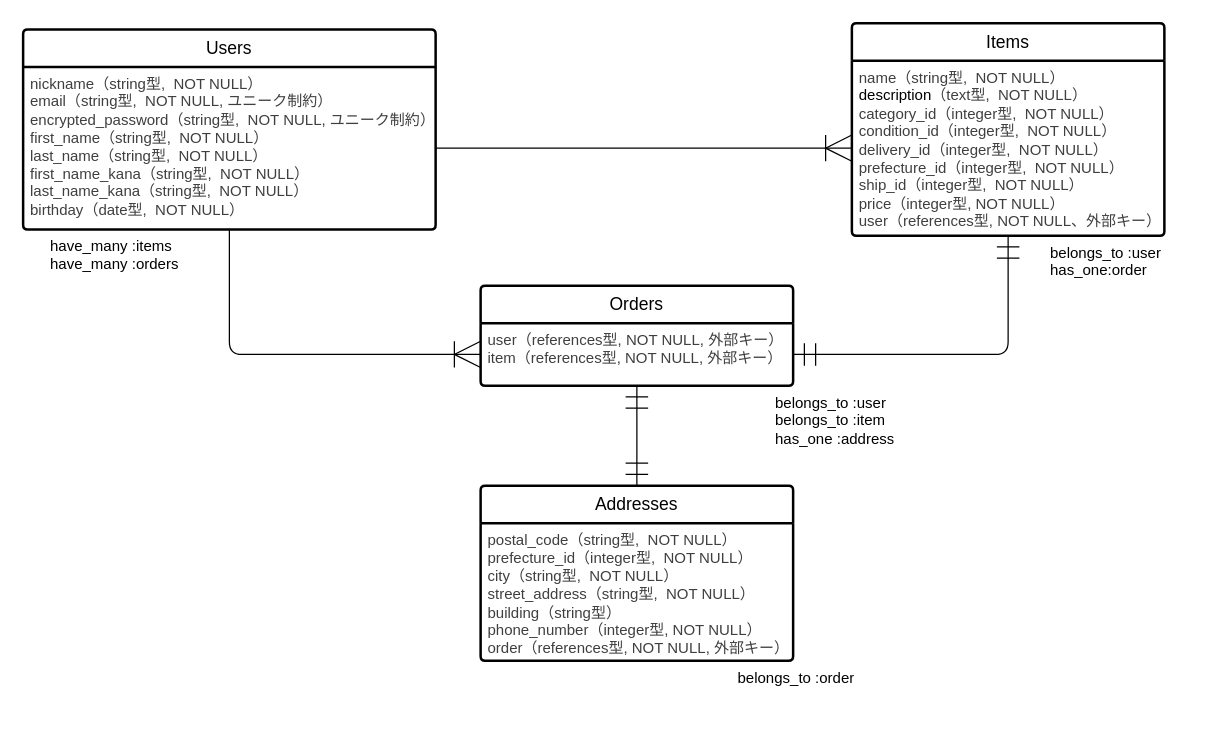
This is ER.dio from tarbow-M/furima-46539, a draw.io file, before an edit. Source tidied: cells renumbered, new cells numbered last; positions are measured from the earlier drawing's top-left corner, leaving out a move shared by most shapes. Both pictures are drawn from the tidied source at 125%, with x=0, y=0 at pixel (22, 22).
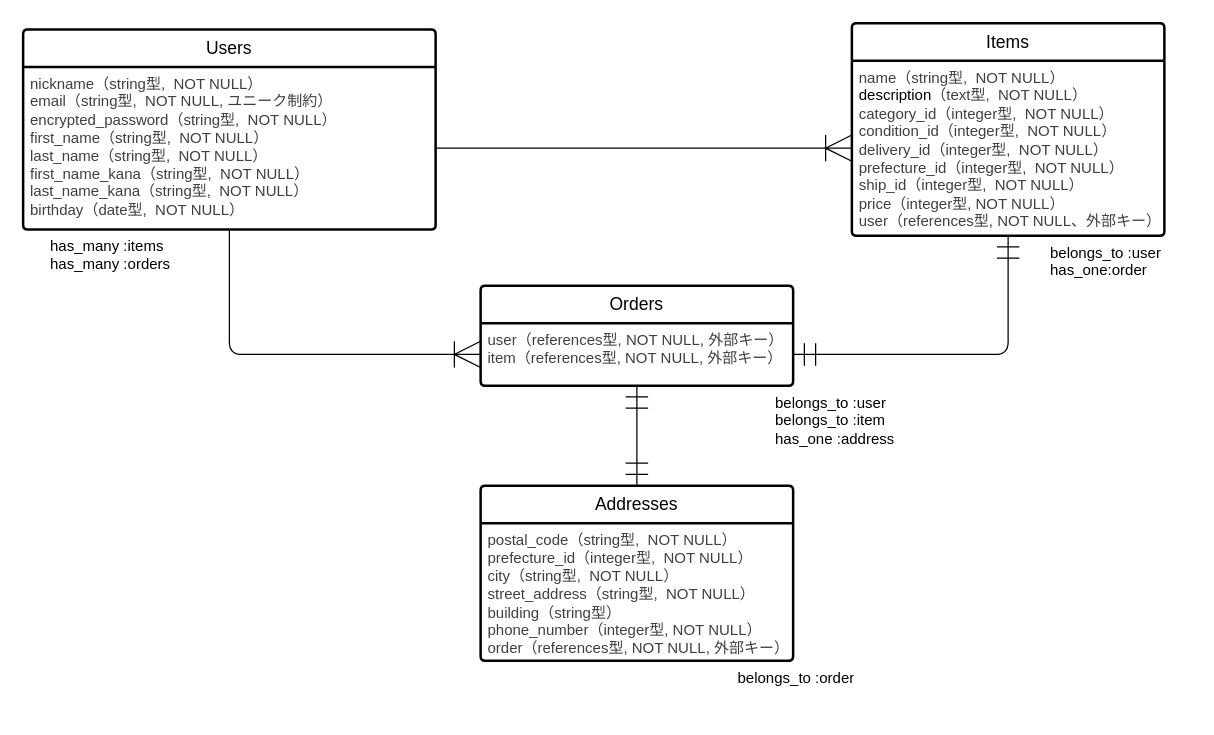
After the change.

Commit message (it also covers changes not shown here):
データベース設計_修正4

What
・ER図の修正
・アソシエーション記述修正
・phone_numberカラム型修正

Why
・ER図とREADME更新のため
・0から始まる整数に対する型の設定誤りのため
・アソシエーションの記述ミスのため

【ER図URL】
https://gyazo.com/c42e513c36775984f6f397e2ef808a60

Unchanged cells that the change refers to:
```xml
<mxCell id="2" value="Users" style="swimlane;horizontal=1;startSize=30;rounded=1;fontSize=14;fontStyle=0;strokeWidth=2;shadow=0;dashed=0;align=center;arcSize=4;whiteSpace=wrap;html=1;" parent="1" vertex="1">
  <mxGeometry y="5" width="330" height="160" as="geometry" />
</mxCell>
```

What changed in the source:
```diff
@@
-    <mxCell id="3" value="&lt;div style=&quot;text-align: justify;&quot;&gt;&lt;span style=&quot;background-color: transparent; color: rgb(63, 63, 63);&quot;&gt;nickname&lt;/span&gt;&lt;span style=&quot;background-color: transparent; scrollbar-color: rgb(226, 226, 226) rgb(251, 251, 251); color: rgb(63, 63, 63);&quot;&gt;（&lt;/span&gt;&lt;span style=&quot;background-color: transparent; text-align: left; scrollbar-color: rgb(226, 226, 226) rgb(251, 251, 251); color: rgb(63, 63, 63);&quot;&gt;string型,&amp;nbsp; NOT NULL&lt;/span&gt;&lt;span style=&quot;background-color: transparent; scrollbar-color: rgb(226, 226, 226) rgb(251, 251, 251); color: rgb(63, 63, 63);&quot;&gt;）&lt;/span&gt;&lt;/div&gt;&lt;span style=&quot;color: rgb(63, 63, 63); background-color: transparent;&quot;&gt;&lt;div style=&quot;text-align: justify;&quot;&gt;&lt;span style=&quot;background-color: transparent; color: rgb(63, 63, 63);&quot;&gt;email&lt;/span&gt;&lt;span style=&quot;background-color: transparent; scrollbar-color: rgb(226, 226, 226) rgb(251, 251, 251); color: rgb(63, 63, 63);&quot;&gt;（&lt;/span&gt;&lt;span style=&quot;background-color: transparent; text-align: left; scrollbar-color: rgb(226, 226, 226) rgb(251, 251, 251); color: rgb(63, 63, 63);&quot;&gt;string型,&amp;nbsp; NOT NULL, ユニーク制約&lt;/span&gt;&lt;span style=&quot;background-color: transparent; scrollbar-color: rgb(226, 226, 226) rgb(251, 251, 251); color: rgb(63, 63, 63);&quot;&gt;）&lt;/span&gt;&lt;/div&gt;&lt;/span&gt;&lt;span style=&quot;color: rgb(63, 63, 63); background-color: transparent;&quot;&gt;&lt;div style=&quot;text-align: justify;&quot;&gt;&lt;span style=&quot;background-color: transparent; color: rgb(63, 63, 63);&quot;&gt;encrypted_password&lt;/span&gt;&lt;span style=&quot;background-color: transparent; scrollbar-color: rgb(226, 226, 226) rgb(251, 251, 251); color: rgb(63, 63, 63);&quot;&gt;（&lt;/span&gt;&lt;span style=&quot;background-color: transparent; text-align: left; scrollbar-color: rgb(226, 226, 226) rgb(251, 251, 251); color: rgb(63, 63, 63);&quot;&gt;string型,&amp;nbsp; NOT NULL, ユニーク制約&lt;/span&gt;&lt;span style=&quot;background-color: transparent; scrollbar-color: rgb(226, 226, 226) rgb(251, 251, 251); color: rgb(63, 63, 63);&quot;&gt;）&lt;/span&gt;&lt;/div&gt;&lt;/span&gt;&lt;span style=&quot;color: rgb(63, 63, 63); background-color: transparent;&quot;&gt;&lt;div style=&quot;text-align: justify;&quot;&gt;&lt;span style=&quot;background-color: transparent; color: rgb(63, 63, 63);&quot;&gt;first_name&lt;/span&gt;&lt;span style=&quot;background-color: transparent; scrollbar-color: rgb(226, 226, 226) rgb(251, 251, 251); color: rgb(63, 63, 63);&quot;&gt;（&lt;/span&gt;&lt;span style=&quot;background-color: transparent; text-align: left; scrollbar-color: rgb(226, 226, 226) rgb(251, 251, 251); color: rgb(63, 63, 63);&quot;&gt;string型,&amp;nbsp; NOT NULL&lt;/span&gt;&lt;span style=&quot;background-color: transparent; scrollbar-color: rgb(226, 226, 226) rgb(251, 251, 251); color: rgb(63, 63, 63);&quot;&gt;）&lt;/span&gt;&lt;/div&gt;&lt;/span&gt;&lt;span style=&quot;color: rgb(63, 63, 63); background-color: transparent;&quot;&gt;&lt;div style=&quot;text-align: justify;&quot;&gt;&lt;span style=&quot;background-color: transparent; color: rgb(63, 63, 63);&quot;&gt;last_name&lt;/span&gt;&lt;span style=&quot;background-color: transparent; scrollbar-color: rgb(226, 226, 226) rgb(251, 251, 251); color: rgb(63, 63, 63);&quot;&gt;（&lt;/span&gt;&lt;span style=&quot;background-color: transparent; text-align: left; scrollbar-color: rgb(226, 226, 226) rgb(251, 251, 251); color: rgb(63, 63, 63);&quot;&gt;string型,&amp;nbsp; NOT NULL&lt;/span&gt;&lt;span style=&quot;background-color: transparent; scrollbar-color: rgb(226, 226, 226) rgb(251, 251, 251); color: rgb(63, 63, 63);&quot;&gt;）&lt;/span&gt;&lt;/div&gt;&lt;/span&gt;&lt;span style=&quot;color: rgb(63, 63, 63); background-color: transparent;&quot;&gt;&lt;div style=&quot;text-align: justify;&quot;&gt;&lt;span style=&quot;background-color: transparent; color: rgb(63, 63, 63);&quot;&gt;first_name_kana&lt;/span&gt;&lt;span style=&quot;background-color: transparent; scrollbar-color: rgb(226, 226, 226) rgb(251, 251, 251); color: rgb(63, 63, 63);&quot;&gt;（&lt;/span&gt;&lt;span style=&quot;background-color: transparent; text-align: left; scrollbar-color: rgb(226, 226, 226) rgb(251, 251, 251); color: rgb(63, 63, 63);&quot;&gt;string型,&amp;nbsp; NOT NULL&lt;/span&gt;&lt;span style=&quot;background-color: transparent;&quot;&gt;）&lt;/span&gt;&lt;/div&gt;&lt;/span&gt;&lt;div style=&quot;background-color: transparent; color: light-dark(rgb(63, 63, 63), rgb(183, 183, 183)); text-align: justify;&quot;&gt;&lt;span style=&quot;background-color: transparent; color: rgb(63, 63, 63);&quot;&gt;last_name_kana&lt;/span&gt;&lt;span style=&quot;background-color: transparent; scrollbar-color: rgb(226, 226, 226) rgb(251, 251, 251); color: rgb(63, 63, 63);&quot;&gt;（&lt;/span&gt;&lt;span style=&quot;background-color: transparent; text-align: left; scrollbar-color: rgb(226, 226, 226) rgb(251, 251, 251); color: rgb(63, 63, 63);&quot;&gt;string型,&amp;nbsp; NOT NULL&lt;/span&gt;&lt;span style=&quot;background-color: transparent; scrollbar-color: rgb(226, 226, 226) rgb(251, 251, 251); color: rgb(63, 63, 63);&quot;&gt;）&lt;/span&gt;&lt;/div&gt;&lt;div style=&quot;background-color: transparent; color: light-dark(rgb(63, 63, 63), rgb(183, 183, 183)); text-align: justify;&quot;&gt;&lt;span style=&quot;background-color: transparent; scrollbar-color: rgb(226, 226, 226) rgb(251, 251, 251); color: rgb(63, 63, 63);&quot;&gt;birthday&lt;/span&gt;&lt;span style=&quot;background-color: transparent; scrollbar-color: rgb(226, 226, 226) rgb(251, 251, 251); color: rgb(63, 63, 63);&quot;&gt;（date&lt;/span&gt;&lt;span style=&quot;background-color: transparent; text-align: left; scrollbar-color: rgb(226, 226, 226) rgb(251, 251, 251); color: rgb(63, 63, 63);&quot;&gt;型,&amp;nbsp; NOT NULL&lt;/span&gt;&lt;span style=&quot;background-color: transparent; scrollbar-color: rgb(226, 226, 226) rgb(251, 251, 251); color: rgb(63, 63, 63);&quot;&gt;）&lt;/span&gt;&lt;/div&gt;" style="align=left;strokeColor=none;fillColor=none;spacingLeft=4;fontSize=12;verticalAlign=top;html=1;" parent="2" vertex="1">
+    <mxCell id="3" value="&lt;div style=&quot;text-align: justify;&quot;&gt;&lt;span style=&quot;background-color: transparent; color: rgb(63, 63, 63);&quot;&gt;nickname&lt;/span&gt;&lt;span style=&quot;background-color: transparent; scrollbar-color: rgb(226, 226, 226) rgb(251, 251, 251); color: rgb(63, 63, 63);&quot;&gt;（&lt;/span&gt;&lt;span style=&quot;background-color: transparent; text-align: left; scrollbar-color: rgb(226, 226, 226) rgb(251, 251, 251); color: rgb(63, 63, 63);&quot;&gt;string型,&amp;nbsp; NOT NULL&lt;/span&gt;&lt;span style=&quot;background-color: transparent; scrollbar-color: rgb(226, 226, 226) rgb(251, 251, 251); color: rgb(63, 63, 63);&quot;&gt;）&lt;/span&gt;&lt;/div&gt;&lt;span style=&quot;color: rgb(63, 63, 63); background-color: transparent;&quot;&gt;&lt;div style=&quot;text-align: justify;&quot;&gt;&lt;span style=&quot;background-color: transparent; color: rgb(63, 63, 63);&quot;&gt;email&lt;/span&gt;&lt;span style=&quot;background-color: transparent; scrollbar-color: rgb(226, 226, 226) rgb(251, 251, 251); color: rgb(63, 63, 63);&quot;&gt;（&lt;/span&gt;&lt;span style=&quot;background-color: transparent; text-align: left; scrollbar-color: rgb(226, 226, 226) rgb(251, 251, 251); color: rgb(63, 63, 63);&quot;&gt;string型,&amp;nbsp; NOT NULL, ユニーク制約&lt;/span&gt;&lt;span style=&quot;background-color: transparent; scrollbar-color: rgb(226, 226, 226) rgb(251, 251, 251); color: rgb(63, 63, 63);&quot;&gt;）&lt;/span&gt;&lt;/div&gt;&lt;/span&gt;&lt;span style=&quot;color: rgb(63, 63, 63); background-color: transparent;&quot;&gt;&lt;div style=&quot;text-align: justify;&quot;&gt;&lt;span style=&quot;background-color: transparent; color: rgb(63, 63, 63);&quot;&gt;encrypted_password&lt;/span&gt;&lt;span style=&quot;background-color: transparent; scrollbar-color: rgb(226, 226, 226) rgb(251, 251, 251); color: rgb(63, 63, 63);&quot;&gt;（&lt;/span&gt;&lt;span style=&quot;background-color: transparent; text-align: left; scrollbar-color: rgb(226, 226, 226) rgb(251, 251, 251); color: rgb(63, 63, 63);&quot;&gt;string型,&amp;nbsp; NOT NULL&lt;/span&gt;&lt;span style=&quot;background-color: transparent; scrollbar-color: rgb(226, 226, 226) rgb(251, 251, 251); color: rgb(63, 63, 63);&quot;&gt;）&lt;/span&gt;&lt;/div&gt;&lt;/span&gt;&lt;span style=&quot;color: rgb(63, 63, 63); background-color: transparent;&quot;&gt;&lt;div style=&quot;text-align: justify;&quot;&gt;&lt;span style=&quot;background-color: transparent; color: rgb(63, 63, 63);&quot;&gt;first_name&lt;/span&gt;&lt;span style=&quot;background-color: transparent; scrollbar-color: rgb(226, 226, 226) rgb(251, 251, 251); color: rgb(63, 63, 63);&quot;&gt;（&lt;/span&gt;&lt;span style=&quot;background-color: transparent; text-align: left; scrollbar-color: rgb(226, 226, 226) rgb(251, 251, 251); color: rgb(63, 63, 63);&quot;&gt;string型,&amp;nbsp; NOT NULL&lt;/span&gt;&lt;span style=&quot;background-color: transparent; scrollbar-color: rgb(226, 226, 226) rgb(251, 251, 251); color: rgb(63, 63, 63);&quot;&gt;）&lt;/span&gt;&lt;/div&gt;&lt;/span&gt;&lt;span style=&quot;color: rgb(63, 63, 63); background-color: transparent;&quot;&gt;&lt;div style=&quot;text-align: justify;&quot;&gt;&lt;span style=&quot;background-color: transparent; color: rgb(63, 63, 63);&quot;&gt;last_name&lt;/span&gt;&lt;span style=&quot;background-color: transparent; scrollbar-color: rgb(226, 226, 226) rgb(251, 251, 251); color: rgb(63, 63, 63);&quot;&gt;（&lt;/span&gt;&lt;span style=&quot;background-color: transparent; text-align: left; scrollbar-color: rgb(226, 226, 226) rgb(251, 251, 251); color: rgb(63, 63, 63);&quot;&gt;string型,&amp;nbsp; NOT NULL&lt;/span&gt;&lt;span style=&quot;background-color: transparent; scrollbar-color: rgb(226, 226, 226) rgb(251, 251, 251); color: rgb(63, 63, 63);&quot;&gt;）&lt;/span&gt;&lt;/div&gt;&lt;/span&gt;&lt;span style=&quot;color: rgb(63, 63, 63); background-color: transparent;&quot;&gt;&lt;div style=&quot;text-align: justify;&quot;&gt;&lt;span style=&quot;background-color: transparent; color: rgb(63, 63, 63);&quot;&gt;first_name_kana&lt;/span&gt;&lt;span style=&quot;background-color: transparent; scrollbar-color: rgb(226, 226, 226) rgb(251, 251, 251); color: rgb(63, 63, 63);&quot;&gt;（&lt;/span&gt;&lt;span style=&quot;background-color: transparent; text-align: left; scrollbar-color: rgb(226, 226, 226) rgb(251, 251, 251); color: rgb(63, 63, 63);&quot;&gt;string型,&amp;nbsp; NOT NULL&lt;/span&gt;&lt;span style=&quot;background-color: transparent;&quot;&gt;）&lt;/span&gt;&lt;/div&gt;&lt;/span&gt;&lt;div style=&quot;background-color: transparent; color: light-dark(rgb(63, 63, 63), rgb(183, 183, 183)); text-align: justify;&quot;&gt;&lt;span style=&quot;background-color: transparent; color: rgb(63, 63, 63);&quot;&gt;last_name_kana&lt;/span&gt;&lt;span style=&quot;background-color: transparent; scrollbar-color: rgb(226, 226, 226) rgb(251, 251, 251); color: rgb(63, 63, 63);&quot;&gt;（&lt;/span&gt;&lt;span style=&quot;background-color: transparent; text-align: left; scrollbar-color: rgb(226, 226, 226) rgb(251, 251, 251); color: rgb(63, 63, 63);&quot;&gt;string型,&amp;nbsp; NOT NULL&lt;/span&gt;&lt;span style=&quot;background-color: transparent; scrollbar-color: rgb(226, 226, 226) rgb(251, 251, 251); color: rgb(63, 63, 63);&quot;&gt;）&lt;/span&gt;&lt;/div&gt;&lt;div style=&quot;background-color: transparent; color: light-dark(rgb(63, 63, 63), rgb(183, 183, 183)); text-align: justify;&quot;&gt;&lt;span style=&quot;background-color: transparent; scrollbar-color: rgb(226, 226, 226) rgb(251, 251, 251); color: rgb(63, 63, 63);&quot;&gt;birthday&lt;/span&gt;&lt;span style=&quot;background-color: transparent; scrollbar-color: rgb(226, 226, 226) rgb(251, 251, 251); color: rgb(63, 63, 63);&quot;&gt;（date&lt;/span&gt;&lt;span style=&quot;background-color: transparent; text-align: left; scrollbar-color: rgb(226, 226, 226) rgb(251, 251, 251); color: rgb(63, 63, 63);&quot;&gt;型,&amp;nbsp; NOT NULL&lt;/span&gt;&lt;span style=&quot;background-color: transparent; scrollbar-color: rgb(226, 226, 226) rgb(251, 251, 251); color: rgb(63, 63, 63);&quot;&gt;）&lt;/span&gt;&lt;/div&gt;" style="align=left;strokeColor=none;fillColor=none;spacingLeft=4;fontSize=12;verticalAlign=top;html=1;" parent="2" vertex="1">
       <mxGeometry y="30" width="330" height="130" as="geometry" />
     </mxCell>
@@
-    <mxCell id="9" value="have_many :items&lt;div&gt;&lt;span style=&quot;color: rgb(0, 0, 0);&quot;&gt;have_many :orders&lt;/span&gt;&lt;/div&gt;" style="text;strokeColor=none;fillColor=none;spacingLeft=4;spacingRight=4;overflow=hidden;fontSize=12;whiteSpace=wrap;html=1;" parent="1" vertex="1">
+    <mxCell id="9" value="has_many :items&lt;div&gt;&lt;span style=&quot;color: rgb(0, 0, 0);&quot;&gt;has_many :orders&lt;/span&gt;&lt;/div&gt;" style="text;strokeColor=none;fillColor=none;spacingLeft=4;spacingRight=4;overflow=hidden;fontSize=12;whiteSpace=wrap;html=1;" parent="1" vertex="1">
       <mxGeometry x="16" y="165" width="120" height="40" as="geometry" />
     </mxCell>
```
